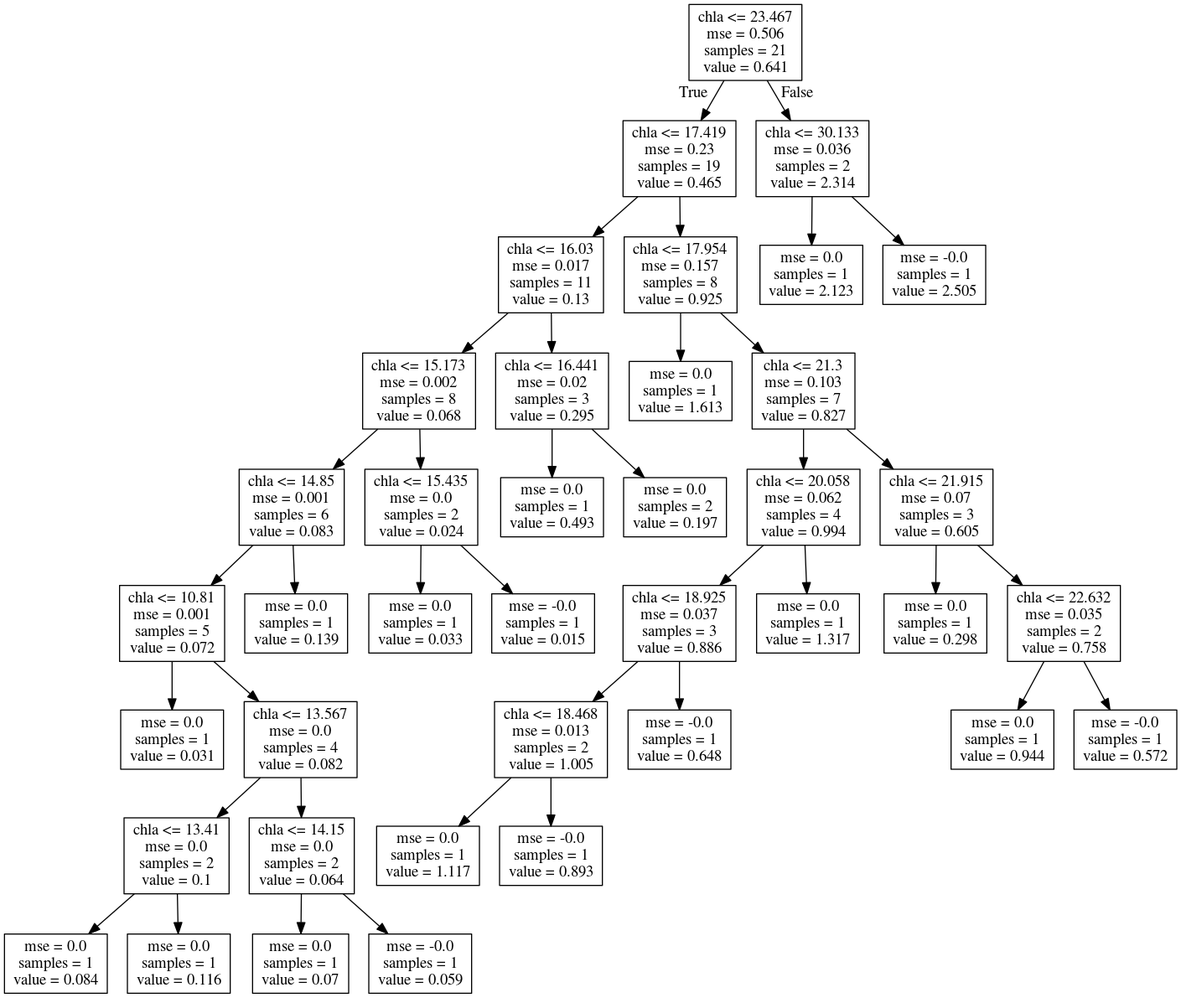
icra/WATExR keeps this Graphviz diagram as Norway_Morsa/Model_Development/Figures/Discretization_regTrees/summ_Cyano-chla.png. Above is the earlier version. Its source is kept beside it as Norway_Morsa/Model_Development/Figures/Discretization_regTrees/summ_Cyano-chla.dot.
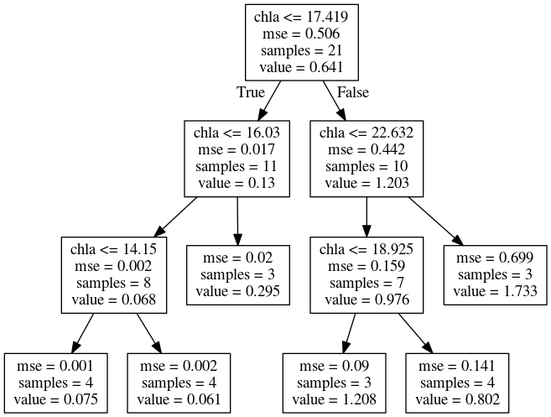
Above is the later version.

The edit, as a diff of the source:
```diff
@@ -1,80 +1,24 @@
 digraph Tree {
 node [shape=box] ;
-0 [label="chla <= 23.467\nmse = 0.506\nsamples = 21\nvalue = 0.641"] ;
-1 [label="chla <= 17.419\nmse = 0.23\nsamples = 19\nvalue = 0.465"] ;
+0 [label="chla <= 17.419\nmse = 0.506\nsamples = 21\nvalue = 0.641"] ;
+1 [label="chla <= 16.03\nmse = 0.017\nsamples = 11\nvalue = 0.13"] ;
 0 -> 1 [labeldistance=2.5, labelangle=45, headlabel="True"] ;
-2 [label="chla <= 16.03\nmse = 0.017\nsamples = 11\nvalue = 0.13"] ;
-1 -> 2 ;
-3 [label="chla <= 15.173\nmse = 0.002\nsamples = 8\nvalue = 0.068"] ;
+7 [label="chla <= 14.15\nmse = 0.002\nsamples = 8\nvalue = 0.068"] ;
+1 -> 7 ;
+9 [label="mse = 0.001\nsamples = 4\nvalue = 0.075"] ;
+7 -> 9 ;
+10 [label="mse = 0.002\nsamples = 4\nvalue = 0.061"] ;
+7 -> 10 ;
+8 [label="mse = 0.02\nsamples = 3\nvalue = 0.295"] ;
+1 -> 8 ;
+2 [label="chla <= 22.632\nmse = 0.442\nsamples = 10\nvalue = 1.203"] ;
+0 -> 2 [labeldistance=2.5, labelangle=-45, headlabel="False"] ;
+3 [label="chla <= 18.925\nmse = 0.159\nsamples = 7\nvalue = 0.976"] ;
 2 -> 3 ;
-4 [label="chla <= 14.85\nmse = 0.001\nsamples = 6\nvalue = 0.083"] ;
-3 -> 4 ;
-5 [label="chla <= 10.81\nmse = 0.001\nsamples = 5\nvalue = 0.072"] ;
-4 -> 5 ;
-6 [label="mse = 0.0\nsamples = 1\nvalue = 0.031"] ;
-5 -> 6 ;
-7 [label="chla <= 13.567\nmse = 0.0\nsamples = 4\nvalue = 0.082"] ;
-5 -> 7 ;
-8 [label="chla <= 13.41\nmse = 0.0\nsamples = 2\nvalue = 0.1"] ;
-7 -> 8 ;
-9 [label="mse = 0.0\nsamples = 1\nvalue = 0.084"] ;
-8 -> 9 ;
-10 [label="mse = 0.0\nsamples = 1\nvalue = 0.116"] ;
-8 -> 10 ;
-11 [label="chla <= 14.15\nmse = 0.0\nsamples = 2\nvalue = 0.064"] ;
-7 -> 11 ;
-12 [label="mse = 0.0\nsamples = 1\nvalue = 0.07"] ;
-11 -> 12 ;
-13 [label="mse = -0.0\nsamples = 1\nvalue = 0.059"] ;
-11 -> 13 ;
-14 [label="mse = 0.0\nsamples = 1\nvalue = 0.139"] ;
-4 -> 14 ;
-15 [label="chla <= 15.435\nmse = 0.0\nsamples = 2\nvalue = 0.024"] ;
-3 -> 15 ;
-16 [label="mse = 0.0\nsamples = 1\nvalue = 0.033"] ;
-15 -> 16 ;
-17 [label="mse = -0.0\nsamples = 1\nvalue = 0.015"] ;
-15 -> 17 ;
-18 [label="chla <= 16.441\nmse = 0.02\nsamples = 3\nvalue = 0.295"] ;
-2 -> 18 ;
-19 [label="mse = 0.0\nsamples = 1\nvalue = 0.493"] ;
-18 -> 19 ;
-20 [label="mse = 0.0\nsamples = 2\nvalue = 0.197"] ;
-18 -> 20 ;
-21 [label="chla <= 17.954\nmse = 0.157\nsamples = 8\nvalue = 0.925"] ;
-1 -> 21 ;
-22 [label="mse = 0.0\nsamples = 1\nvalue = 1.613"] ;
-21 -> 22 ;
-23 [label="chla <= 21.3\nmse = 0.103\nsamples = 7\nvalue = 0.827"] ;
-21 -> 23 ;
-24 [label="chla <= 20.058\nmse = 0.062\nsamples = 4\nvalue = 0.994"] ;
-23 -> 24 ;
-25 [label="chla <= 18.925\nmse = 0.037\nsamples = 3\nvalue = 0.886"] ;
-24 -> 25 ;
-26 [label="chla <= 18.468\nmse = 0.013\nsamples = 2\nvalue = 1.005"] ;
-25 -> 26 ;
-27 [label="mse = 0.0\nsamples = 1\nvalue = 1.117"] ;
-26 -> 27 ;
-28 [label="mse = -0.0\nsamples = 1\nvalue = 0.893"] ;
-26 -> 28 ;
-29 [label="mse = -0.0\nsamples = 1\nvalue = 0.648"] ;
-25 -> 29 ;
-30 [label="mse = 0.0\nsamples = 1\nvalue = 1.317"] ;
-24 -> 30 ;
-31 [label="chla <= 21.915\nmse = 0.07\nsamples = 3\nvalue = 0.605"] ;
-23 -> 31 ;
-32 [label="mse = 0.0\nsamples = 1\nvalue = 0.298"] ;
-31 -> 32 ;
-33 [label="chla <= 22.632\nmse = 0.035\nsamples = 2\nvalue = 0.758"] ;
-31 -> 33 ;
-34 [label="mse = 0.0\nsamples = 1\nvalue = 0.944"] ;
-33 -> 34 ;
-35 [label="mse = -0.0\nsamples = 1\nvalue = 0.572"] ;
-33 -> 35 ;
-36 [label="chla <= 30.133\nmse = 0.036\nsamples = 2\nvalue = 2.314"] ;
-0 -> 36 [labeldistance=2.5, labelangle=-45, headlabel="False"] ;
-37 [label="mse = 0.0\nsamples = 1\nvalue = 2.123"] ;
-36 -> 37 ;
-38 [label="mse = -0.0\nsamples = 1\nvalue = 2.505"] ;
-36 -> 38 ;
+5 [label="mse = 0.09\nsamples = 3\nvalue = 1.208"] ;
+3 -> 5 ;
+6 [label="mse = 0.141\nsamples = 4\nvalue = 0.802"] ;
+3 -> 6 ;
+4 [label="mse = 0.699\nsamples = 3\nvalue = 1.733"] ;
+2 -> 4 ;
 }
```
